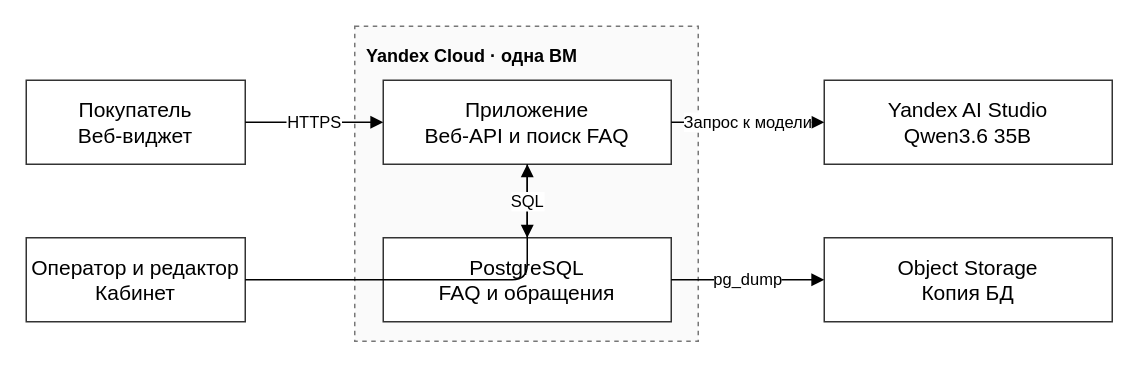
The draw.io diagram page "Прототип" (1 of 4) of lab4/diagrams/faq-ai.drawio in Roman-Elchiyan/2026_2027-cloud-platforms-as-the-basis-of-technology-entrepreneurship-u4225-Elchiyan_R_R, before the edit. Source tidied: cells renumbered, new cells numbered last; positions are measured from the earlier drawing's top-left corner, leaving out a move shared by most shapes. Both pictures are drawn from the tidied source at 150%, with x=0, y=0 at pixel (26, 26).
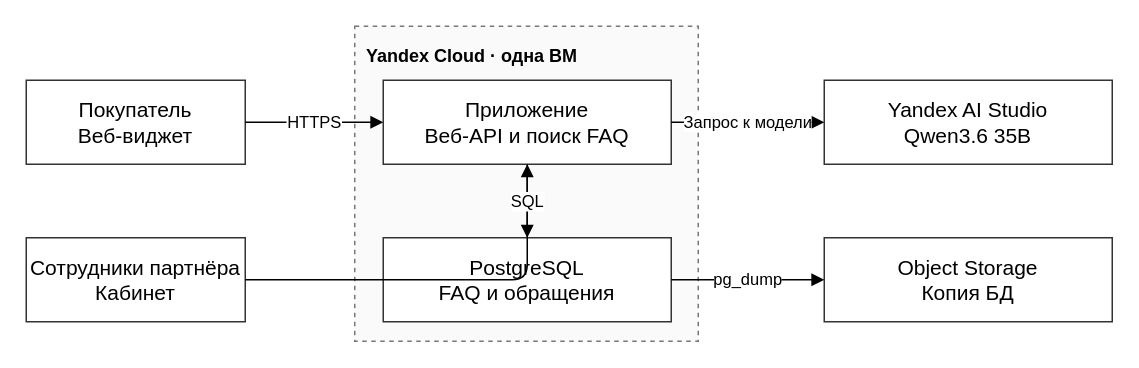
The same diagram, later.

Diff of the diagram source:
```diff
@@
 <mxGraphModel>
   <root>
     <mxCell id="0" />
     <mxCell id="1" parent="0" />
     <mxCell id="2" value="Yandex Cloud · одна ВМ" style="dashed=1;fillColor=#fafafa;strokeColor=#777777;verticalAlign=top;align=left;spacing=8;fontStyle=1;" parent="1" vertex="1">
       <mxGeometry x="219" width="229" height="210" as="geometry" />
     </mxCell>
     <mxCell id="3" value="Приложение&lt;br&gt;Веб-API и поиск FAQ" style="whiteSpace=wrap;html=1;fillColor=#ffffff;strokeColor=#333333;fontSize=14;" parent="1" vertex="1">
       <mxGeometry x="238" y="36" width="192" height="56" as="geometry" />
     </mxCell>
     <mxCell id="4" value="PostgreSQL&lt;br&gt;FAQ и обращения" style="whiteSpace=wrap;html=1;fillColor=#ffffff;strokeColor=#333333;fontSize=14;" parent="1" vertex="1">
       <mxGeometry x="238" y="141" width="192" height="56" as="geometry" />
     </mxCell>
     <mxCell id="5" value="Покупатель&lt;br&gt;Веб-виджет" style="whiteSpace=wrap;html=1;fillColor=#ffffff;strokeColor=#333333;fontSize=14;" parent="1" vertex="1">
       <mxGeometry y="36" width="146" height="56" as="geometry" />
     </mxCell>
-    <mxCell id="6" value="Оператор и редактор&lt;br&gt;Кабинет" style="whiteSpace=wrap;html=1;fillColor=#ffffff;strokeColor=#333333;fontSize=14;" parent="1" vertex="1">
+    <mxCell id="6" value="Сотрудники партнёра&lt;br&gt;Кабинет" style="whiteSpace=wrap;html=1;fillColor=#ffffff;strokeColor=#333333;fontSize=14;" parent="1" vertex="1">
       <mxGeometry y="141" width="146" height="56" as="geometry" />
     </mxCell>
     <mxCell id="7" value="Object Storage&lt;br&gt;Копия БД" style="whiteSpace=wrap;html=1;fillColor=#ffffff;strokeColor=#333333;fontSize=14;" parent="1" vertex="1">
       <mxGeometry x="532" y="141" width="192" height="56" as="geometry" />
     </mxCell>
     <mxCell id="8" value="Yandex AI Studio&lt;br&gt;Qwen3.6 35B" style="whiteSpace=wrap;html=1;fillColor=#ffffff;strokeColor=#333333;fontSize=14;" parent="1" vertex="1">
       <mxGeometry x="532" y="36" width="192" height="56" as="geometry" />
     </mxCell>
     <mxCell id="9" value="HTTPS" style="edgeStyle=orthogonalEdgeStyle;endArrow=block;html=1;" parent="1" edge="1" source="5" target="3">
       <mxGeometry relative="1" as="geometry" />
     </mxCell>
     <mxCell id="10" style="edgeStyle=orthogonalEdgeStyle;endArrow=block;html=1;" parent="1" edge="1" source="6" target="3">
       <mxGeometry relative="1" as="geometry" />
     </mxCell>
     <mxCell id="11" value="SQL" style="edgeStyle=orthogonalEdgeStyle;endArrow=block;html=1;" parent="1" edge="1" source="3" target="4">
       <mxGeometry relative="1" as="geometry" />
     </mxCell>
     <mxCell id="12" value="pg_dump" style="edgeStyle=orthogonalEdgeStyle;endArrow=block;html=1;" parent="1" edge="1" source="4" target="7">
       <mxGeometry relative="1" as="geometry" />
     </mxCell>
     <mxCell id="13" value="Запрос к модели" style="edgeStyle=orthogonalEdgeStyle;endArrow=block;html=1;" parent="1" edge="1" source="3" target="8">
       <mxGeometry relative="1" as="geometry" />
     </mxCell>
   </root>
 </mxGraphModel>
```
